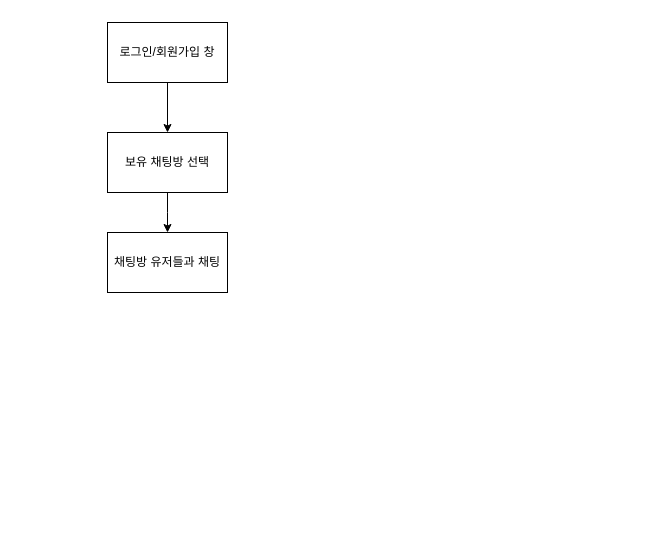
Above: Spring_Caht.drawio in sanghyuk0612/Spring_Chat (draw.io), before the change. Source tidied: cells renumbered, new cells numbered last; positions are measured from the earlier drawing's top-left corner, leaving out a move shared by most shapes. Both pictures are drawn from the tidied source at 100%, with x=0, y=0 at pixel (107, 22).
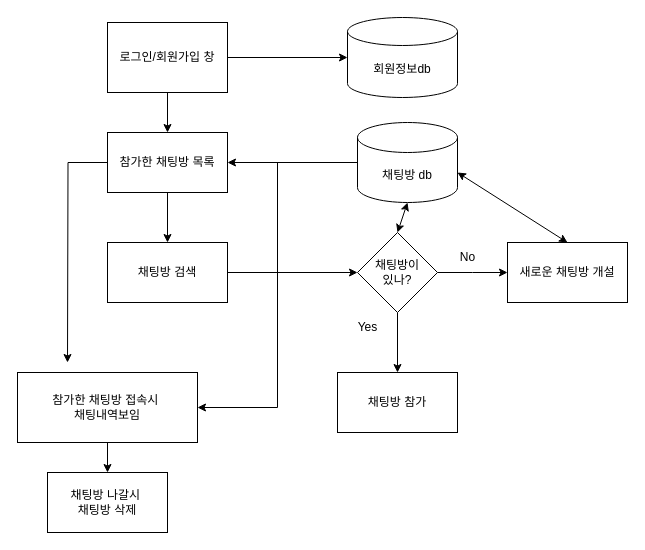
The same page after the edit.

The edit, as a diff of the source:
```diff
@@
-    <mxCell id="2" style="edgeStyle=orthogonalEdgeStyle;rounded=0;orthogonalLoop=1;jettySize=auto;html=1;" parent="1" edge="1">
-      <mxGeometry relative="1" as="geometry">
-        <mxPoint x="60" y="60" as="sourcePoint" />
-        <mxPoint x="60" y="110" as="targetPoint" />
-      </mxGeometry>
-    </mxCell>
-    <mxCell id="3" style="edgeStyle=orthogonalEdgeStyle;rounded=0;jettySize=auto;html=1;" parent="1" edge="1" source="4">
+    <mxCell id="3" style="edgeStyle=orthogonalEdgeStyle;rounded=0;jettySize=auto;html=1;exitX=0;exitY=0.5;exitDx=0;exitDy=0;" parent="1" edge="1" source="4">
       <mxGeometry relative="1" as="geometry">
-        <mxPoint x="60" y="210" as="targetPoint" />
+        <mxPoint x="-40" y="340" as="targetPoint" />
       </mxGeometry>
     </mxCell>
-    <mxCell id="4" value="보유 채팅방 선택" style="rounded=0;whiteSpace=wrap;html=1;" parent="1" vertex="1">
+    <mxCell id="4" value="참가한 채팅방 목록" style="rounded=0;whiteSpace=wrap;html=1;" parent="1" vertex="1">
       <mxGeometry y="110" width="120" height="60" as="geometry" />
     </mxCell>
+    <mxCell id="7" style="edgeStyle=orthogonalEdgeStyle;rounded=0;jettySize=auto;html=1;" parent="1" edge="1" source="5" target="10">
+      <mxGeometry relative="1" as="geometry" />
+    </mxCell>
+    <mxCell id="8" style="edgeStyle=orthogonalEdgeStyle;rounded=0;jettySize=auto;html=1;entryX=0.5;entryY=0;entryDx=0;entryDy=0;" parent="1" edge="1" source="5" target="4">
+      <mxGeometry relative="1" as="geometry" />
+    </mxCell>
     <mxCell id="5" value="로그인/회원가입 창" style="rounded=0;whiteSpace=wrap;html=1;" parent="1" vertex="1">
-      <mxGeometry width="120" height="60" as="geometry" />
+      <mxGeometry width="120" height="70" as="geometry" />
     </mxCell>
+    <mxCell id="9" style="edgeStyle=orthogonalEdgeStyle;rounded=0;jettySize=auto;html=1;" parent="1" edge="1" source="6" target="26">
+      <mxGeometry relative="1" as="geometry" />
+    </mxCell>
-    <mxCell id="6" value="채팅방 유저들과 채팅" style="rounded=0;whiteSpace=wrap;html=1;" parent="1" vertex="1">
-      <mxGeometry y="210" width="120" height="60" as="geometry" />
+    <mxCell id="6" value="참가한 채팅방 접속시&amp;nbsp;&lt;div&gt;채팅내역보임&lt;/div&gt;" style="rounded=0;whiteSpace=wrap;html=1;" parent="1" vertex="1">
+      <mxGeometry x="-90" y="350" width="180" height="70" as="geometry" />
     </mxCell>
+    <mxCell id="10" value="회원정보db" style="shape=cylinder3;whiteSpace=wrap;html=1;boundedLbl=1;backgroundOutline=1;size=14;" parent="1" vertex="1">
+      <mxGeometry x="240" y="-5" width="110" height="80" as="geometry" />
+    </mxCell>
+    <mxCell id="11" style="edgeStyle=orthogonalEdgeStyle;rounded=0;jettySize=auto;html=1;entryX=1;entryY=0.5;entryDx=0;entryDy=0;" parent="1" edge="1" source="13" target="6">
+      <mxGeometry relative="1" as="geometry" />
+    </mxCell>
+    <mxCell id="12" style="edgeStyle=orthogonalEdgeStyle;rounded=0;jettySize=auto;html=1;" parent="1" edge="1" source="13" target="4">
+      <mxGeometry relative="1" as="geometry" />
+    </mxCell>
+    <mxCell id="13" value="채팅방 db" style="shape=cylinder3;whiteSpace=wrap;html=1;boundedLbl=1;backgroundOutline=1;size=15;" parent="1" vertex="1">
+      <mxGeometry x="250" y="100" width="100" height="80" as="geometry" />
+    </mxCell>
+    <mxCell id="14" style="endArrow=classic;html=1;rounded=0;" parent="1" edge="1">
+      <mxGeometry relative="1" as="geometry">
+        <mxPoint x="60" y="170" as="sourcePoint" />
+        <mxPoint x="60" y="220" as="targetPoint" />
+      </mxGeometry>
+    </mxCell>
+    <mxCell id="15" style="edgeStyle=orthogonalEdgeStyle;rounded=0;jettySize=auto;html=1;" parent="1" edge="1" source="16" target="19">
+      <mxGeometry relative="1" as="geometry" />
+    </mxCell>
+    <mxCell id="16" value="채팅방 검색" style="rounded=0;whiteSpace=wrap;html=1;" parent="1" vertex="1">
+      <mxGeometry y="220" width="120" height="60" as="geometry" />
+    </mxCell>
+    <mxCell id="17" style="edgeStyle=orthogonalEdgeStyle;rounded=0;jettySize=auto;html=1;" parent="1" edge="1" source="19" target="21">
+      <mxGeometry relative="1" as="geometry" />
+    </mxCell>
+    <mxCell id="18" style="edgeStyle=orthogonalEdgeStyle;rounded=0;jettySize=auto;html=1;" parent="1" edge="1" source="19">
+      <mxGeometry relative="1" as="geometry">
+        <mxPoint x="400" y="250" as="targetPoint" />
+      </mxGeometry>
+    </mxCell>
+    <mxCell id="19" value="채팅방이&lt;div&gt;있나?&lt;/div&gt;" style="rhombus;whiteSpace=wrap;html=1;" parent="1" vertex="1">
+      <mxGeometry x="250" y="210" width="80" height="80" as="geometry" />
+    </mxCell>
+    <mxCell id="20" value="새로운 채팅방 개설" style="rounded=0;whiteSpace=wrap;html=1;" parent="1" vertex="1">
+      <mxGeometry x="400" y="220" width="120" height="60" as="geometry" />
+    </mxCell>
+    <mxCell id="21" value="채팅방 참가" style="rounded=0;whiteSpace=wrap;html=1;" parent="1" vertex="1">
+      <mxGeometry x="230" y="350" width="120" height="60" as="geometry" />
+    </mxCell>
+    <mxCell id="22" value="Yes" style="text;html=1;align=center;verticalAlign=middle;strokeColor=none;fillColor=none;" parent="1" vertex="1">
+      <mxGeometry x="240" y="290" width="40" height="30" as="geometry" />
+    </mxCell>
+    <mxCell id="23" value="No" style="text;html=1;align=center;verticalAlign=middle;strokeColor=none;fillColor=none;" parent="1" vertex="1">
+      <mxGeometry x="340" y="220" width="40" height="30" as="geometry" />
+    </mxCell>
+    <mxCell id="24" style="endArrow=classic;startArrow=classic;html=1;rounded=0;entryX=0.5;entryY=0;entryDx=0;entryDy=0;" parent="1" edge="1" target="20">
+      <mxGeometry relative="1" as="geometry">
+        <mxPoint x="350" y="150" as="sourcePoint" />
+      </mxGeometry>
+    </mxCell>
+    <mxCell id="25" style="endArrow=classic;startArrow=classic;html=1;rounded=0;exitX=0.5;exitY=0;exitDx=0;exitDy=0;" parent="1" edge="1" source="19">
+      <mxGeometry relative="1" as="geometry">
+        <mxPoint x="300" y="180" as="targetPoint" />
+      </mxGeometry>
+    </mxCell>
+    <mxCell id="26" value="채팅방 나갈시&amp;nbsp;&lt;div&gt;채팅방 삭제&lt;/div&gt;" style="rounded=0;whiteSpace=wrap;html=1;" parent="1" vertex="1">
+      <mxGeometry x="-60" y="450" width="120" height="60" as="geometry" />
+    </mxCell>
```
